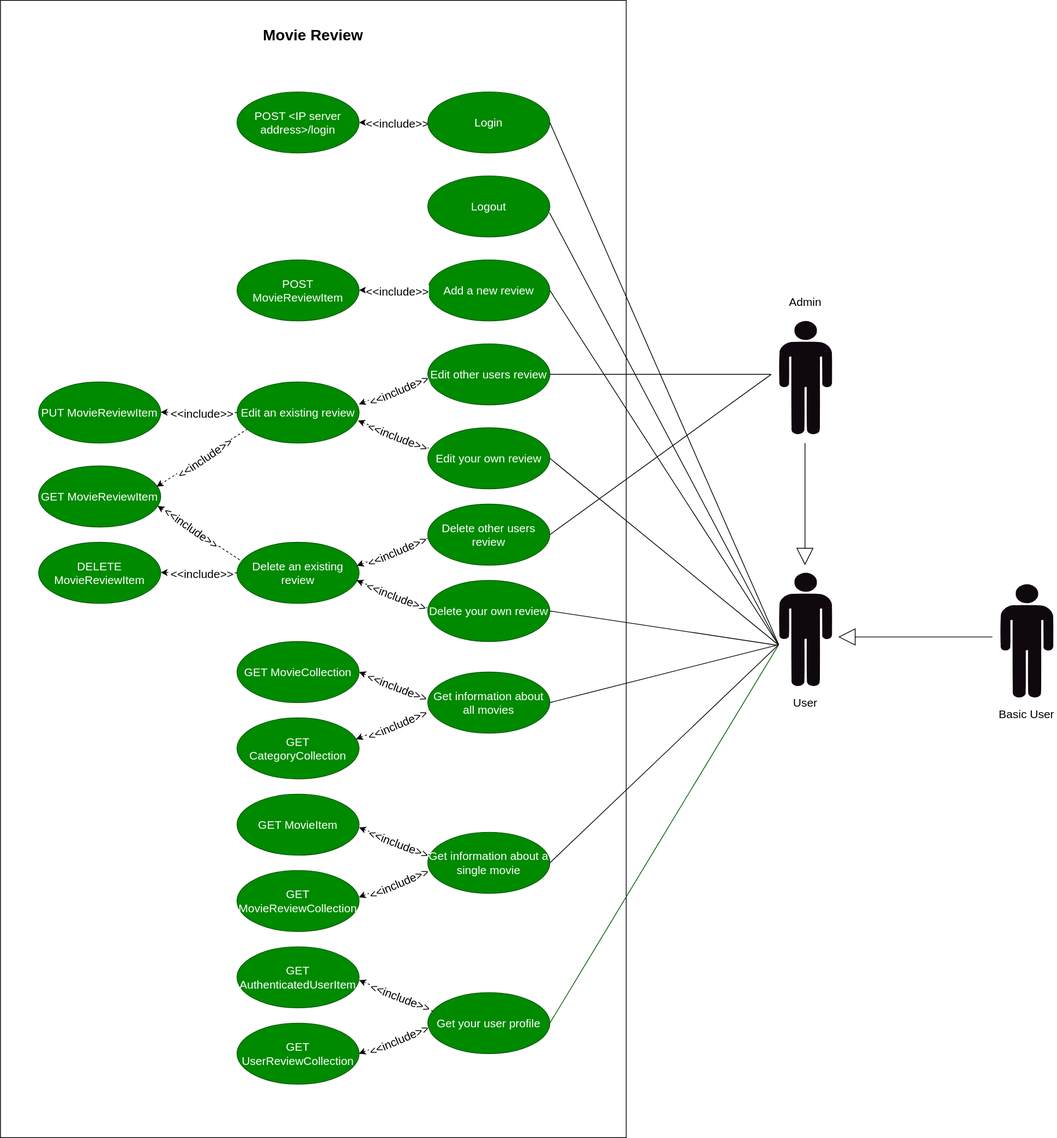
The draw.io diagram uploads/wiki/UseCaseDiagramGUI.svg in SamuelKnaus/MovieReview, before a commit. Source tidied: cells renumbered, new cells last; positions are measured from the earlier drawing's top-left corner, leaving out a move shared by most shapes.
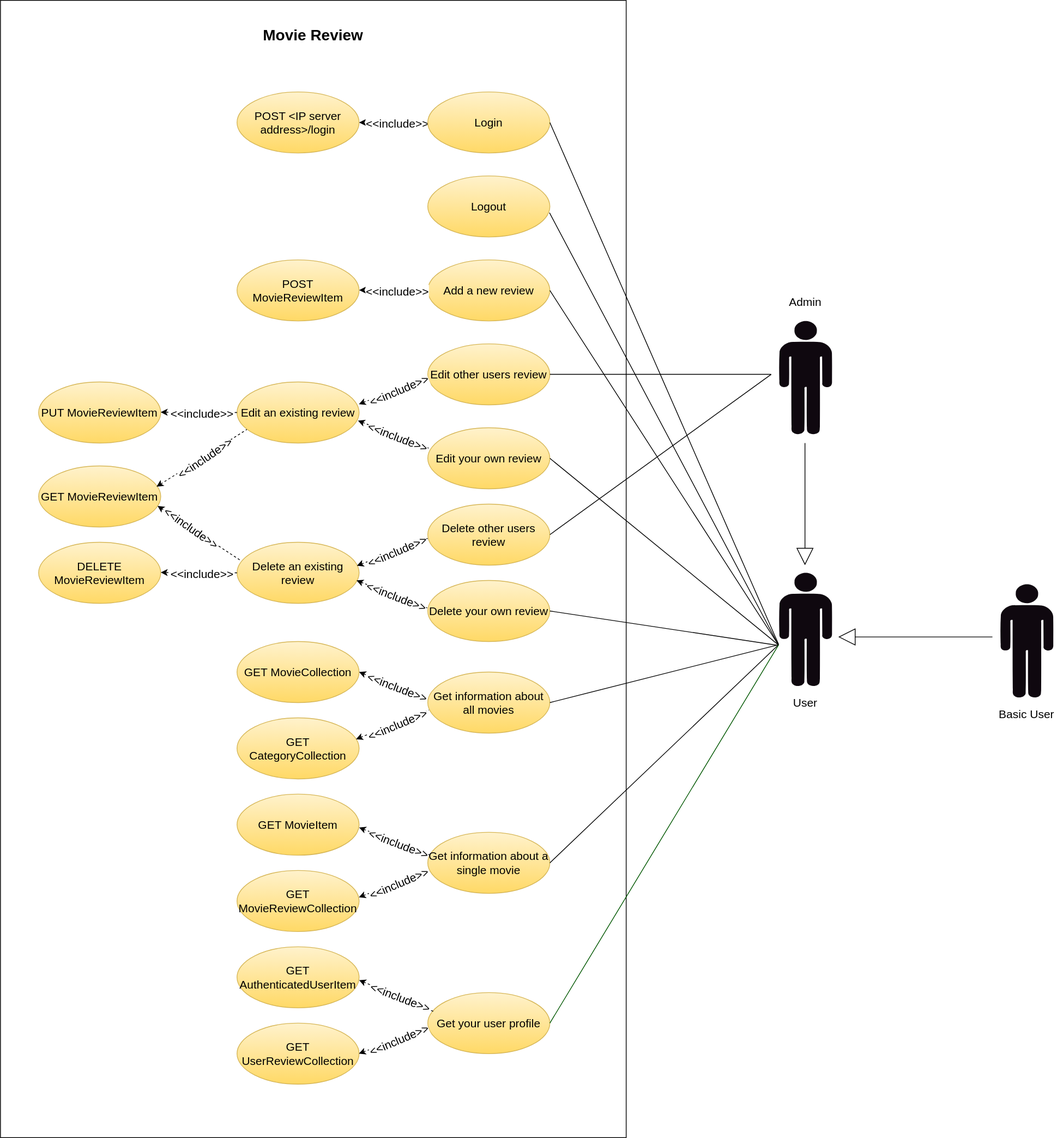
After the commit.

Commit message:
change the color of the use cases

Change to the diagram source:
```diff
@@ -34,31 +34,31 @@
     <mxCell id="10" value="Basic User" style="text;html=1;strokeColor=none;fillColor=none;align=center;verticalAlign=middle;whiteSpace=wrap;rounded=0;fontSize=15;" parent="1" vertex="1">
       <mxGeometry x="1306.2" y="920" width="77.5" height="30" as="geometry" />
     </mxCell>
-    <mxCell id="11" value="POST &amp;lt;IP server address&amp;gt;/login" style="ellipse;whiteSpace=wrap;html=1;fillColor=#008a00;strokeColor=#005700;fontSize=15;fontColor=#ffffff;" parent="1" vertex="1">
+    <mxCell id="11" value="POST &amp;lt;IP server address&amp;gt;/login" style="ellipse;whiteSpace=wrap;html=1;fillColor=#fff2cc;strokeColor=#d6b656;fontSize=15;gradientColor=#ffd966;" parent="1" vertex="1">
       <mxGeometry x="310" y="120" width="160" height="80" as="geometry" />
     </mxCell>
-    <mxCell id="12" value="POST MovieReviewItem" style="ellipse;whiteSpace=wrap;html=1;fillColor=#008a00;strokeColor=#005700;fontSize=15;fontColor=#ffffff;" parent="1" vertex="1">
+    <mxCell id="12" value="POST MovieReviewItem" style="ellipse;whiteSpace=wrap;html=1;fillColor=#fff2cc;strokeColor=#d6b656;fontSize=15;gradientColor=#ffd966;" parent="1" vertex="1">
       <mxGeometry x="310" y="340" width="160" height="80" as="geometry" />
     </mxCell>
-    <mxCell id="13" value="GET MovieCollection" style="ellipse;whiteSpace=wrap;html=1;fillColor=#008a00;strokeColor=#005700;fontSize=15;fontColor=#ffffff;" parent="1" vertex="1">
+    <mxCell id="13" value="GET MovieCollection" style="ellipse;whiteSpace=wrap;html=1;fillColor=#fff2cc;strokeColor=#d6b656;fontSize=15;gradientColor=#ffd966;" parent="1" vertex="1">
       <mxGeometry x="310" y="840" width="160" height="80" as="geometry" />
     </mxCell>
-    <mxCell id="14" value="GET CategoryCollection" style="ellipse;whiteSpace=wrap;html=1;fillColor=#008a00;strokeColor=#005700;fontSize=15;fontColor=#ffffff;" parent="1" vertex="1">
+    <mxCell id="14" value="GET CategoryCollection" style="ellipse;whiteSpace=wrap;html=1;fillColor=#fff2cc;strokeColor=#d6b656;fontSize=15;gradientColor=#ffd966;" parent="1" vertex="1">
       <mxGeometry x="310" y="940" width="160" height="80" as="geometry" />
     </mxCell>
-    <mxCell id="15" value="GET MovieItem" style="ellipse;whiteSpace=wrap;html=1;fillColor=#008a00;strokeColor=#005700;fontSize=15;fontColor=#ffffff;" parent="1" vertex="1">
+    <mxCell id="15" value="GET MovieItem" style="ellipse;whiteSpace=wrap;html=1;fillColor=#fff2cc;strokeColor=#d6b656;fontSize=15;gradientColor=#ffd966;" parent="1" vertex="1">
       <mxGeometry x="310" y="1040" width="160" height="80" as="geometry" />
     </mxCell>
-    <mxCell id="16" value="GET MovieReviewCollection" style="ellipse;whiteSpace=wrap;html=1;fillColor=#008a00;strokeColor=#005700;fontSize=15;fontColor=#ffffff;" parent="1" vertex="1">
+    <mxCell id="16" value="GET MovieReviewCollection" style="ellipse;whiteSpace=wrap;html=1;fillColor=#fff2cc;strokeColor=#d6b656;fontSize=15;gradientColor=#ffd966;" parent="1" vertex="1">
       <mxGeometry x="310" y="1140" width="160" height="80" as="geometry" />
     </mxCell>
-    <mxCell id="17" value="GET AuthenticatedUserItem" style="ellipse;whiteSpace=wrap;html=1;fillColor=#008a00;strokeColor=#005700;fontSize=15;fontColor=#ffffff;" parent="1" vertex="1">
+    <mxCell id="17" value="GET AuthenticatedUserItem" style="ellipse;whiteSpace=wrap;html=1;fillColor=#fff2cc;strokeColor=#d6b656;fontSize=15;gradientColor=#ffd966;" parent="1" vertex="1">
       <mxGeometry x="310" y="1240" width="160" height="80" as="geometry" />
     </mxCell>
-    <mxCell id="18" value="GET UserReviewCollection" style="ellipse;whiteSpace=wrap;html=1;fillColor=#008a00;strokeColor=#005700;fontSize=15;fontColor=#ffffff;" parent="1" vertex="1">
+    <mxCell id="18" value="GET UserReviewCollection" style="ellipse;whiteSpace=wrap;html=1;fillColor=#fff2cc;strokeColor=#d6b656;fontSize=15;gradientColor=#ffd966;" parent="1" vertex="1">
       <mxGeometry x="310" y="1340" width="160" height="80" as="geometry" />
     </mxCell>
-    <mxCell id="19" value="Edit an existing review" style="ellipse;whiteSpace=wrap;html=1;fillColor=#008a00;strokeColor=#005700;fontSize=15;fontColor=#ffffff;" parent="1" vertex="1">
+    <mxCell id="19" value="Edit an existing review" style="ellipse;whiteSpace=wrap;html=1;fillColor=#fff2cc;strokeColor=#d6b656;fontSize=15;gradientColor=#ffd966;" parent="1" vertex="1">
       <mxGeometry x="310" y="500" width="160" height="80" as="geometry" />
     </mxCell>
     <mxCell id="20" style="edgeStyle=orthogonalEdgeStyle;rounded=0;jettySize=auto;html=1;exitX=0;exitY=0.5;exitDx=0;exitDy=0;entryX=1;entryY=0.5;entryDx=0;entryDy=0;dashed=1;endArrow=classic;endFill=1;fontSize=15;" parent="1" edge="1" source="22" target="11">
@@ -69,46 +69,46 @@
         <mxPoint x="21" as="offset" />
       </mxGeometry>
     </mxCell>
-    <mxCell id="22" value="Login" style="ellipse;whiteSpace=wrap;html=1;fillColor=#008a00;strokeColor=#005700;fontSize=15;fontColor=#ffffff;" parent="1" vertex="1">
+    <mxCell id="22" value="Login" style="ellipse;whiteSpace=wrap;html=1;fillColor=#fff2cc;strokeColor=#d6b656;fontSize=15;gradientColor=#ffd966;" parent="1" vertex="1">
       <mxGeometry x="560" y="120" width="160" height="80" as="geometry" />
     </mxCell>
-    <mxCell id="23" value="Logout" style="ellipse;whiteSpace=wrap;html=1;fillColor=#008a00;strokeColor=#005700;fontSize=15;fontColor=#ffffff;" parent="1" vertex="1">
+    <mxCell id="23" value="Logout" style="ellipse;whiteSpace=wrap;html=1;fillColor=#fff2cc;strokeColor=#d6b656;fontSize=15;gradientColor=#ffd966;" parent="1" vertex="1">
       <mxGeometry x="560" y="230" width="160" height="80" as="geometry" />
     </mxCell>
-    <mxCell id="24" value="Add a new review" style="ellipse;whiteSpace=wrap;html=1;fillColor=#008a00;strokeColor=#005700;fontSize=15;fontColor=#ffffff;" parent="1" vertex="1">
+    <mxCell id="24" value="Add a new review" style="ellipse;whiteSpace=wrap;html=1;fillColor=#fff2cc;strokeColor=#d6b656;fontSize=15;gradientColor=#ffd966;" parent="1" vertex="1">
       <mxGeometry x="560" y="340" width="160" height="80" as="geometry" />
     </mxCell>
-    <mxCell id="25" value="Edit other users review" style="ellipse;whiteSpace=wrap;html=1;fillColor=#008a00;strokeColor=#005700;fontSize=15;fontColor=#ffffff;" parent="1" vertex="1">
+    <mxCell id="25" value="Edit other users review" style="ellipse;whiteSpace=wrap;html=1;fillColor=#fff2cc;strokeColor=#d6b656;fontSize=15;gradientColor=#ffd966;" parent="1" vertex="1">
       <mxGeometry x="560" y="450" width="160" height="80" as="geometry" />
     </mxCell>
-    <mxCell id="26" value="Edit your own review" style="ellipse;whiteSpace=wrap;html=1;fillColor=#008a00;strokeColor=#005700;fontSize=15;fontColor=#ffffff;" parent="1" vertex="1">
+    <mxCell id="26" value="Edit your own review" style="ellipse;whiteSpace=wrap;html=1;fillColor=#fff2cc;strokeColor=#d6b656;fontSize=15;gradientColor=#ffd966;" parent="1" vertex="1">
       <mxGeometry x="560" y="560" width="160" height="80" as="geometry" />
     </mxCell>
-    <mxCell id="27" value="Delete other users review" style="ellipse;whiteSpace=wrap;html=1;fillColor=#008a00;strokeColor=#005700;fontSize=15;fontColor=#ffffff;" parent="1" vertex="1">
+    <mxCell id="27" value="Delete other users review" style="ellipse;whiteSpace=wrap;html=1;fillColor=#fff2cc;strokeColor=#d6b656;fontSize=15;gradientColor=#ffd966;" parent="1" vertex="1">
       <mxGeometry x="560" y="660" width="160" height="80" as="geometry" />
     </mxCell>
-    <mxCell id="28" value="Delete your own review" style="ellipse;whiteSpace=wrap;html=1;fillColor=#008a00;strokeColor=#005700;fontSize=15;fontColor=#ffffff;" parent="1" vertex="1">
+    <mxCell id="28" value="Delete your own review" style="ellipse;whiteSpace=wrap;html=1;fillColor=#fff2cc;strokeColor=#d6b656;fontSize=15;gradientColor=#ffd966;" parent="1" vertex="1">
       <mxGeometry x="560" y="760" width="160" height="80" as="geometry" />
     </mxCell>
-    <mxCell id="29" value="Get information about all movies" style="ellipse;whiteSpace=wrap;html=1;fillColor=#008a00;strokeColor=#005700;fontSize=15;fontColor=#ffffff;" parent="1" vertex="1">
+    <mxCell id="29" value="Get information about all movies" style="ellipse;whiteSpace=wrap;html=1;fillColor=#fff2cc;strokeColor=#d6b656;fontSize=15;gradientColor=#ffd966;" parent="1" vertex="1">
       <mxGeometry x="560" y="880" width="160" height="80" as="geometry" />
     </mxCell>
-    <mxCell id="30" value="Get information about a single movie" style="ellipse;whiteSpace=wrap;html=1;fillColor=#008a00;strokeColor=#005700;fontSize=15;fontColor=#ffffff;" parent="1" vertex="1">
+    <mxCell id="30" value="Get information about a single movie" style="ellipse;whiteSpace=wrap;html=1;fillColor=#fff2cc;strokeColor=#d6b656;fontSize=15;gradientColor=#ffd966;" parent="1" vertex="1">
       <mxGeometry x="560" y="1090" width="160" height="80" as="geometry" />
     </mxCell>
-    <mxCell id="31" value="Get your user profile" style="ellipse;whiteSpace=wrap;html=1;fillColor=#008a00;strokeColor=#005700;fontSize=15;fontColor=#ffffff;" parent="1" vertex="1">
+    <mxCell id="31" value="Get your user profile" style="ellipse;whiteSpace=wrap;html=1;fillColor=#fff2cc;strokeColor=#d6b656;fontSize=15;gradientColor=#ffd966;" parent="1" vertex="1">
       <mxGeometry x="560" y="1300" width="160" height="80" as="geometry" />
     </mxCell>
-    <mxCell id="32" value="Delete an existing review" style="ellipse;whiteSpace=wrap;html=1;fillColor=#008a00;strokeColor=#005700;fontSize=15;fontColor=#ffffff;" parent="1" vertex="1">
+    <mxCell id="32" value="Delete an existing review" style="ellipse;whiteSpace=wrap;html=1;fillColor=#fff2cc;strokeColor=#d6b656;fontSize=15;gradientColor=#ffd966;" parent="1" vertex="1">
       <mxGeometry x="310" y="710" width="160" height="80" as="geometry" />
     </mxCell>
-    <mxCell id="33" value="PUT MovieReviewItem" style="ellipse;whiteSpace=wrap;html=1;fillColor=#008a00;strokeColor=#005700;fontSize=15;fontColor=#ffffff;" parent="1" vertex="1">
+    <mxCell id="33" value="PUT MovieReviewItem" style="ellipse;whiteSpace=wrap;html=1;fillColor=#fff2cc;strokeColor=#d6b656;fontSize=15;gradientColor=#ffd966;" parent="1" vertex="1">
       <mxGeometry x="50" y="500" width="160" height="80" as="geometry" />
     </mxCell>
-    <mxCell id="34" value="DELETE MovieReviewItem" style="ellipse;whiteSpace=wrap;html=1;fillColor=#008a00;strokeColor=#005700;fontSize=15;fontColor=#ffffff;" parent="1" vertex="1">
+    <mxCell id="34" value="DELETE MovieReviewItem" style="ellipse;whiteSpace=wrap;html=1;fillColor=#fff2cc;strokeColor=#d6b656;fontSize=15;gradientColor=#ffd966;" parent="1" vertex="1">
       <mxGeometry x="50" y="710" width="160" height="80" as="geometry" />
     </mxCell>
-    <mxCell id="35" value="GET MovieReviewItem" style="ellipse;whiteSpace=wrap;html=1;fillColor=#008a00;strokeColor=#005700;fontSize=15;fontColor=#ffffff;" parent="1" vertex="1">
+    <mxCell id="35" value="GET MovieReviewItem" style="ellipse;whiteSpace=wrap;html=1;fillColor=#fff2cc;strokeColor=#d6b656;fontSize=15;gradientColor=#ffd966;" parent="1" vertex="1">
       <mxGeometry x="50" y="610" width="160" height="80" as="geometry" />
     </mxCell>
     <mxCell id="36" style="edgeStyle=orthogonalEdgeStyle;rounded=0;orthogonalLoop=1;jettySize=auto;html=1;exitX=0;exitY=0.5;exitDx=0;exitDy=0;entryX=1;entryY=0.5;entryDx=0;entryDy=0;dashed=1;endArrow=classic;endFill=1;fontSize=15;" parent="1" edge="1">
```
